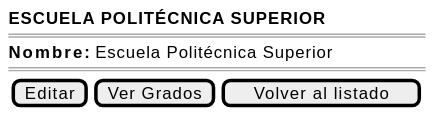
Earlier version of the PlantUML export images/RUP/01-requisitos/03-detalle-casos-uso/abrirFacultad/wireframe.svg (mmasias/pyCeldaPublico).
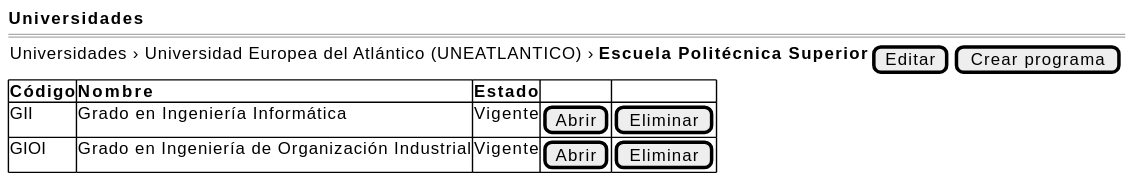
After the commit.

Change to the diagram source:
```diff
@@ -1,9 +1,12 @@
 @startsalt abrirFacultad-wireframe
 {
-    <b>ESCUELA POLITÉCNICA SUPERIOR</b>
+    <b>Universidades</b>
     ====
-    <b>Nombre:</b> Escuela Politécnica Superior
-    ====
-    {[Editar] | [Ver Grados] | [Volver al listado]}
+    {Universidades › Universidad Europea del Atlántico (UNEATLANTICO) › <b>Escuela Politécnica Superior</b> | [Editar] | [Crear programa]}
+    {#
+        <b>Código | <b>Nombre | <b>Estado | . | .
+        GII | Grado en Ingeniería Informática | Vigente | [Abrir] | [Eliminar]
+        GIOI | Grado en Ingeniería de Organización Industrial | Vigente | [Abrir] | [Eliminar]
+    }
 }
 @endsalt
```
